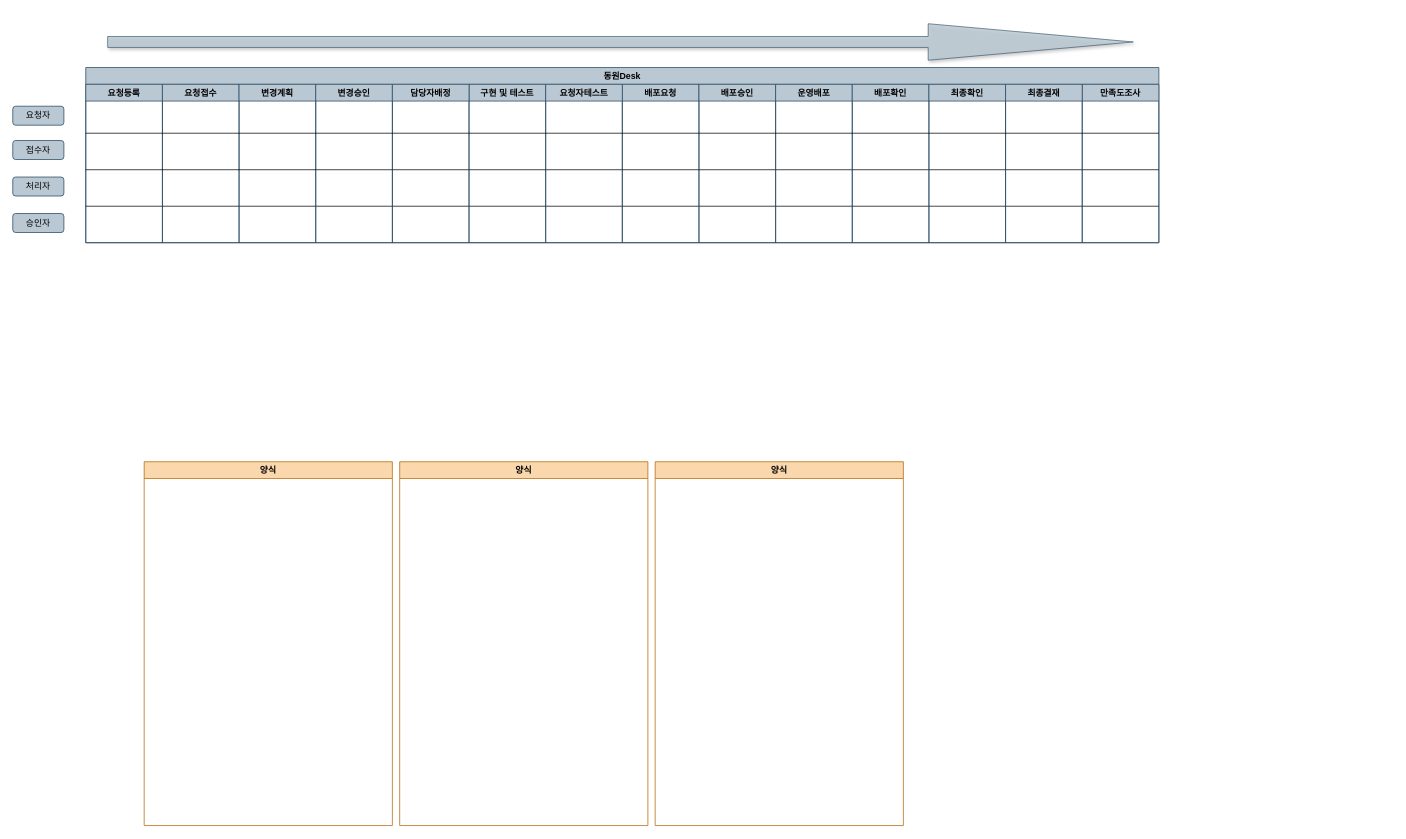
Earlier version of the draw.io diagram page "CR" (3 of 3) of 동원Desk알림프로세스.drawio (eoaud0012/Diagram). Source tidied: cells renumbered, new cells numbered last; positions are measured from the earlier drawing's top-left corner, leaving out a move shared by most shapes. Both pictures are drawn from the tidied source at 73%, with x=0, y=0 at pixel (12, 23).
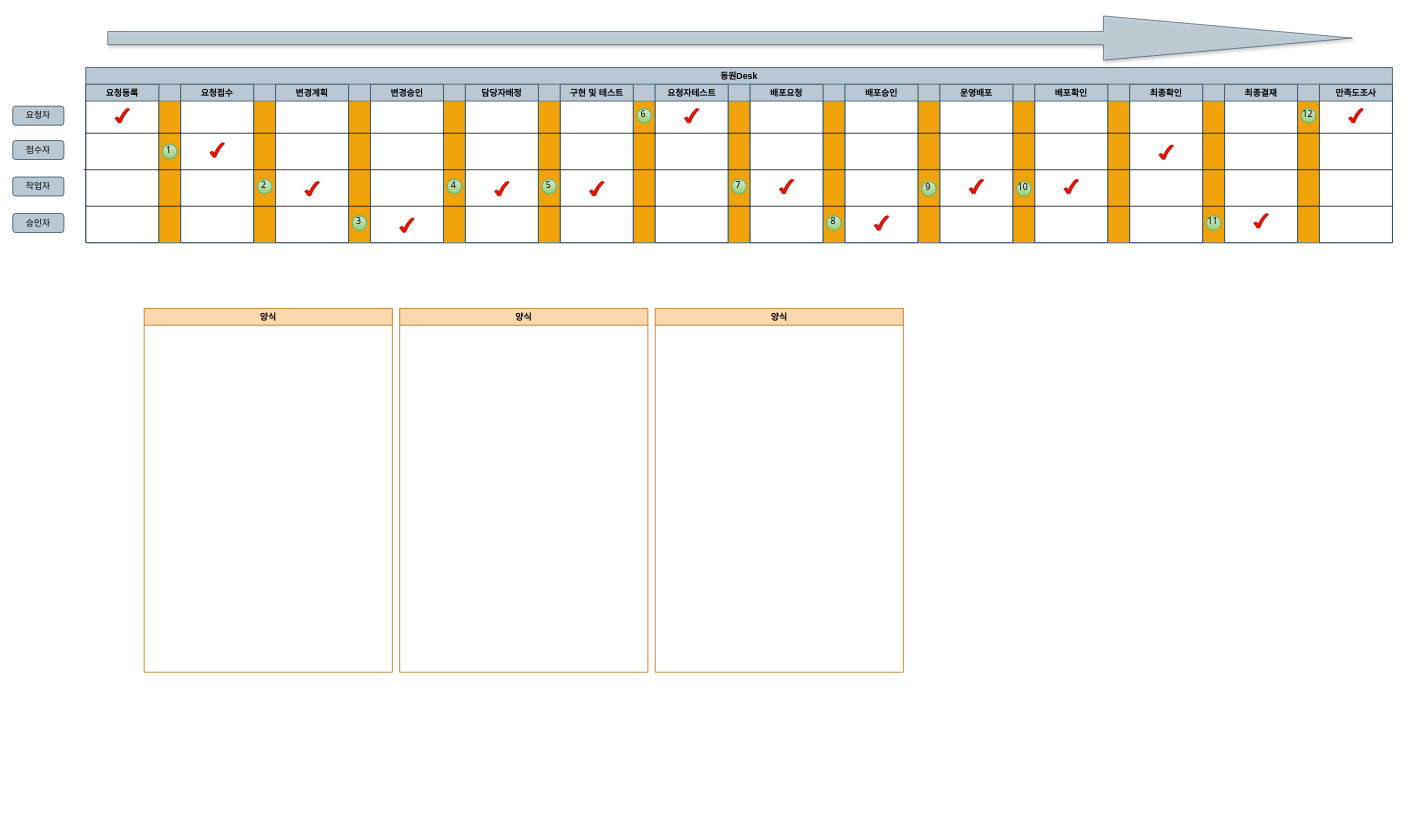
The same diagram, later.

What changed in the source:
```diff
@@
     <mxCell id="2" style="shape=singleArrow;direction=west;whiteSpace=wrap;html=1;rotation=-180;fillColor=#bac8d3;opacity=80;strokeWidth=1;shadow=1;fontFamily=나눔고딕;rounded=0;labelBackgroundColor=none;strokeColor=#23445d;" parent="1" vertex="1">
-      <mxGeometry x="130" width="1405" height="50" as="geometry" />
+      <mxGeometry x="130" y="-10.7" width="1705" height="60.7" as="geometry" />
     </mxCell>
     <mxCell id="3" value="동원Desk" style="swimlane;whiteSpace=wrap;html=1;strokeColor=#23445d;fillColor=#bac8d3;" parent="1" vertex="1">
-      <mxGeometry x="100" y="60" width="1470" height="240" as="geometry" />
+      <mxGeometry x="100" y="60" width="1790" height="240" as="geometry" />
     </mxCell>
+    <mxCell id="28" style="swimlane;strokeColor=#457B9D;fontColor=#1D3557;fillColor=#bac8d3;swimlaneFillColor=#f0a30a;" parent="3" vertex="1">
+      <mxGeometry x="1660" y="23" width="30" height="217" as="geometry" />
+    </mxCell>
+    <mxCell id="29" value="12" style="ellipse;whiteSpace=wrap;html=1;strokeWidth=2;fontFamily=Tahoma;spacingBottom=4;spacingRight=2;strokeColor=#82b366;fontColor=default;fillColor=#d5e8d4;gradientColor=#97d077;" parent="28" vertex="1">
+      <mxGeometry x="5" y="33" width="20" height="20" as="geometry" />
+    </mxCell>
+    <mxCell id="30" style="swimlane;strokeColor=#457B9D;fontColor=#1D3557;fillColor=#bac8d3;swimlaneFillColor=#f0a30a;" parent="3" vertex="1">
+      <mxGeometry x="1530" y="23" width="30" height="217" as="geometry" />
+    </mxCell>
+    <mxCell id="31" value="11" style="ellipse;whiteSpace=wrap;html=1;strokeWidth=2;fontFamily=Tahoma;spacingBottom=4;spacingRight=2;strokeColor=#82b366;fontColor=default;fillColor=#d5e8d4;gradientColor=#97d077;" parent="30" vertex="1">
+      <mxGeometry x="5" y="180" width="20" height="20" as="geometry" />
+    </mxCell>
+    <mxCell id="32" style="swimlane;strokeColor=#457B9D;fontColor=#1D3557;fillColor=#bac8d3;swimlaneFillColor=#f0a30a;" parent="3" vertex="1">
+      <mxGeometry x="1400" y="23" width="30" height="217" as="geometry" />
+    </mxCell>
+    <mxCell id="33" style="swimlane;strokeColor=#457B9D;fontColor=#1D3557;fillColor=#bac8d3;swimlaneFillColor=#f0a30a;" parent="3" vertex="1">
+      <mxGeometry x="1270" y="23" width="30" height="217" as="geometry" />
+    </mxCell>
+    <mxCell id="34" value="10" style="ellipse;whiteSpace=wrap;html=1;strokeWidth=2;fontFamily=Tahoma;spacingBottom=4;spacingRight=2;strokeColor=#82b366;fontColor=default;fillColor=#d5e8d4;gradientColor=#97d077;" parent="33" vertex="1">
+      <mxGeometry x="5" y="133" width="20" height="20" as="geometry" />
+    </mxCell>
+    <mxCell id="35" style="swimlane;strokeColor=#457B9D;fontColor=#1D3557;fillColor=#bac8d3;swimlaneFillColor=#f0a30a;" parent="3" vertex="1">
+      <mxGeometry x="1140" y="23" width="30" height="217" as="geometry" />
+    </mxCell>
+    <mxCell id="36" value="9" style="ellipse;whiteSpace=wrap;html=1;strokeWidth=2;fontFamily=Tahoma;spacingBottom=4;spacingRight=2;strokeColor=#82b366;fontColor=default;fillColor=#d5e8d4;gradientColor=#97d077;" parent="35" vertex="1">
+      <mxGeometry x="5" y="133" width="20" height="20" as="geometry" />
+    </mxCell>
+    <mxCell id="37" style="swimlane;strokeColor=#457B9D;fontColor=#1D3557;fillColor=#bac8d3;swimlaneFillColor=#f0a30a;" parent="3" vertex="1">
+      <mxGeometry x="1010" y="23" width="30" height="217" as="geometry" />
+    </mxCell>
+    <mxCell id="38" value="8" style="ellipse;whiteSpace=wrap;html=1;strokeWidth=2;fontFamily=Tahoma;spacingBottom=4;spacingRight=2;strokeColor=#82b366;fontColor=default;fillColor=#d5e8d4;gradientColor=#97d077;" parent="37" vertex="1">
+      <mxGeometry x="5" y="180" width="20" height="20" as="geometry" />
+    </mxCell>
+    <mxCell id="39" style="swimlane;strokeColor=#457B9D;fontColor=#1D3557;fillColor=#bac8d3;swimlaneFillColor=#f0a30a;" parent="3" vertex="1">
+      <mxGeometry x="880" y="23" width="30" height="217" as="geometry" />
+    </mxCell>
+    <mxCell id="40" value="7" style="ellipse;whiteSpace=wrap;html=1;strokeWidth=2;fontFamily=Tahoma;spacingBottom=4;spacingRight=2;strokeColor=#82b366;fontColor=default;fillColor=#d5e8d4;gradientColor=#97d077;" parent="39" vertex="1">
+      <mxGeometry x="5" y="130" width="20" height="20" as="geometry" />
+    </mxCell>
+    <mxCell id="41" style="swimlane;strokeColor=#457B9D;fontColor=#1D3557;fillColor=#bac8d3;swimlaneFillColor=#f0a30a;" parent="3" vertex="1">
+      <mxGeometry x="750" y="23" width="30" height="217" as="geometry" />
+    </mxCell>
+    <mxCell id="42" value="6" style="ellipse;whiteSpace=wrap;html=1;strokeWidth=2;fontFamily=Tahoma;spacingBottom=4;spacingRight=2;strokeColor=#82b366;fontColor=default;fillColor=#d5e8d4;gradientColor=#97d077;" parent="41" vertex="1">
+      <mxGeometry x="5" y="33" width="20" height="20" as="geometry" />
+    </mxCell>
+    <mxCell id="43" style="swimlane;strokeColor=#457B9D;fontColor=#1D3557;fillColor=#bac8d3;swimlaneFillColor=#f0a30a;" parent="3" vertex="1">
+      <mxGeometry x="620" y="23" width="30" height="217" as="geometry" />
+    </mxCell>
+    <mxCell id="44" value="5" style="ellipse;whiteSpace=wrap;html=1;strokeWidth=2;fontFamily=Tahoma;spacingBottom=4;spacingRight=2;strokeColor=#82b366;fontColor=default;fillColor=#d5e8d4;gradientColor=#97d077;" parent="43" vertex="1">
+      <mxGeometry x="5" y="130" width="20" height="20" as="geometry" />
+    </mxCell>
+    <mxCell id="45" style="swimlane;strokeColor=#457B9D;fontColor=#1D3557;fillColor=#bac8d3;swimlaneFillColor=#f0a30a;" parent="3" vertex="1">
+      <mxGeometry x="490" y="23" width="30" height="217" as="geometry" />
+    </mxCell>
+    <mxCell id="46" value="4" style="ellipse;whiteSpace=wrap;html=1;strokeWidth=2;fontFamily=Tahoma;spacingBottom=4;spacingRight=2;strokeColor=#82b366;fontColor=default;fillColor=#d5e8d4;gradientColor=#97d077;" parent="45" vertex="1">
+      <mxGeometry x="5" y="130" width="20" height="20" as="geometry" />
+    </mxCell>
+    <mxCell id="47" style="swimlane;strokeColor=#457B9D;fontColor=#1D3557;fillColor=#bac8d3;swimlaneFillColor=#f0a30a;" parent="3" vertex="1">
+      <mxGeometry x="360" y="23" width="30" height="217" as="geometry" />
+    </mxCell>
+    <mxCell id="48" value="3" style="ellipse;whiteSpace=wrap;html=1;strokeWidth=2;fontFamily=Tahoma;spacingBottom=4;spacingRight=2;strokeColor=#82b366;fillColor=#d5e8d4;gradientColor=#97d077;" parent="47" vertex="1">
+      <mxGeometry x="5" y="180" width="20" height="20" as="geometry" />
+    </mxCell>
+    <mxCell id="49" style="swimlane;strokeColor=#457B9D;fontColor=#1D3557;fillColor=#bac8d3;swimlaneFillColor=#f0a30a;" parent="3" vertex="1">
+      <mxGeometry x="230" y="23" width="30" height="217" as="geometry" />
+    </mxCell>
+    <mxCell id="50" value="2" style="ellipse;whiteSpace=wrap;html=1;strokeWidth=2;fontFamily=Tahoma;spacingBottom=4;spacingRight=2;strokeColor=#82b366;fillColor=#d5e8d4;gradientColor=#97d077;" parent="49" vertex="1">
+      <mxGeometry x="5" y="130" width="20" height="20" as="geometry" />
+    </mxCell>
+    <mxCell id="51" style="swimlane;strokeColor=#457B9D;fontColor=#1D3557;fillColor=#bac8d3;swimlaneFillColor=#f0a30a;" parent="3" vertex="1">
+      <mxGeometry x="100" y="23" width="30" height="217" as="geometry" />
+    </mxCell>
     <mxCell id="4" value="요청등록" style="swimlane;whiteSpace=wrap;html=1;strokeColor=#23445d;fillColor=#bac8d3;" parent="3" vertex="1">
-      <mxGeometry y="23" width="105" height="217" as="geometry" />
+      <mxGeometry y="23" width="100" height="217" as="geometry" />
     </mxCell>
     <mxCell id="5" style="endArrow=none;html=1;rounded=0;strokeColor=#000000;fontColor=#1D3557;fillColor=#A8DADC;" parent="4" edge="1">
       <mxGeometry relative="1" as="geometry">
         <mxPoint y="167" as="sourcePoint" />
-        <mxPoint x="1470" y="167" as="targetPoint" />
+        <mxPoint x="1790" y="167" as="targetPoint" />
       </mxGeometry>
     </mxCell>
+    <mxCell id="10" style="endArrow=none;html=1;rounded=0;strokeColor=#000000;fontColor=#1D3557;fillColor=#A8DADC;" parent="4" edge="1">
+      <mxGeometry relative="1" as="geometry">
+        <mxPoint x="-2.5" y="117" as="sourcePoint" />
+        <mxPoint x="1790" y="117" as="targetPoint" />
+      </mxGeometry>
+    </mxCell>
+    <mxCell id="52" style="verticalLabelPosition=bottom;verticalAlign=top;html=1;shape=mxgraph.basic.tick;strokeColor=#B20000;fontColor=#ffffff;fillColor=#e51400;" parent="4" vertex="1">
+      <mxGeometry x="40" y="33" width="20" height="20" as="geometry" />
+    </mxCell>
     <mxCell id="6" value="요청접수" style="swimlane;whiteSpace=wrap;html=1;strokeColor=#23445d;fillColor=#bac8d3;" parent="3" vertex="1">
-      <mxGeometry x="105" y="23" width="105" height="217" as="geometry" />
+      <mxGeometry x="130" y="23" width="100" height="217" as="geometry" />
     </mxCell>
+    <mxCell id="53" style="verticalLabelPosition=bottom;verticalAlign=top;html=1;shape=mxgraph.basic.tick;strokeColor=#B20000;fontColor=#ffffff;fillColor=#e51400;" parent="6" vertex="1">
+      <mxGeometry x="40" y="80" width="20" height="20" as="geometry" />
+    </mxCell>
     <mxCell id="7" value="변경계획" style="swimlane;whiteSpace=wrap;html=1;strokeColor=#23445d;fillColor=#bac8d3;" parent="3" vertex="1">
-      <mxGeometry x="210" y="23" width="105" height="217" as="geometry" />
+      <mxGeometry x="260" y="23" width="100" height="217" as="geometry" />
     </mxCell>
+    <mxCell id="54" style="verticalLabelPosition=bottom;verticalAlign=top;html=1;shape=mxgraph.basic.tick;strokeColor=#B20000;fontColor=#ffffff;fillColor=#e51400;" parent="7" vertex="1">
+      <mxGeometry x="40" y="133" width="20" height="20" as="geometry" />
+    </mxCell>
     <mxCell id="8" value="변경승인" style="swimlane;whiteSpace=wrap;html=1;strokeColor=#23445d;fillColor=#bac8d3;" parent="3" vertex="1">
-      <mxGeometry x="315" y="23" width="105" height="217" as="geometry" />
+      <mxGeometry x="390" y="23" width="100" height="217" as="geometry" />
     </mxCell>
+    <mxCell id="55" style="verticalLabelPosition=bottom;verticalAlign=top;html=1;shape=mxgraph.basic.tick;strokeColor=#B20000;fontColor=#ffffff;fillColor=#e51400;" parent="8" vertex="1">
+      <mxGeometry x="40" y="183" width="20" height="20" as="geometry" />
+    </mxCell>
     <mxCell id="9" value="배포요청" style="swimlane;whiteSpace=wrap;html=1;strokeColor=#23445d;fillColor=#bac8d3;" parent="3" vertex="1">
-      <mxGeometry x="735" y="23" width="105" height="217" as="geometry" />
+      <mxGeometry x="910" y="23" width="100" height="217" as="geometry" />
     </mxCell>
-    <mxCell id="10" style="endArrow=none;html=1;rounded=0;strokeColor=#000000;fontColor=#1D3557;fillColor=#A8DADC;" parent="9" edge="1">
-      <mxGeometry relative="1" as="geometry">
-        <mxPoint x="-735" y="117" as="sourcePoint" />
-        <mxPoint x="735" y="117" as="targetPoint" />
-      </mxGeometry>
-    </mxCell>
+    <mxCell id="56" style="verticalLabelPosition=bottom;verticalAlign=top;html=1;shape=mxgraph.basic.tick;strokeColor=#B20000;fontColor=#ffffff;fillColor=#e51400;" parent="9" vertex="1">
+      <mxGeometry x="40" y="130" width="20" height="20" as="geometry" />
+    </mxCell>
     <mxCell id="11" value="배포승인" style="swimlane;whiteSpace=wrap;html=1;strokeColor=#23445d;fillColor=#bac8d3;" parent="3" vertex="1">
-      <mxGeometry x="840" y="23" width="105" height="217" as="geometry" />
+      <mxGeometry x="1040" y="23" width="100" height="217" as="geometry" />
     </mxCell>
+    <mxCell id="57" style="verticalLabelPosition=bottom;verticalAlign=top;html=1;shape=mxgraph.basic.tick;strokeColor=#B20000;fontColor=#ffffff;fillColor=#e51400;" parent="11" vertex="1">
+      <mxGeometry x="40" y="180" width="20" height="20" as="geometry" />
+    </mxCell>
     <mxCell id="12" value="운영배포" style="swimlane;whiteSpace=wrap;html=1;strokeColor=#23445d;fillColor=#bac8d3;" parent="3" vertex="1">
-      <mxGeometry x="945" y="23" width="105" height="217" as="geometry" />
+      <mxGeometry x="1170" y="23" width="100" height="217" as="geometry" />
     </mxCell>
+    <mxCell id="58" style="verticalLabelPosition=bottom;verticalAlign=top;html=1;shape=mxgraph.basic.tick;strokeColor=#B20000;fontColor=#ffffff;fillColor=#e51400;" parent="12" vertex="1">
+      <mxGeometry x="40" y="130" width="20" height="20" as="geometry" />
+    </mxCell>
     <mxCell id="13" value="구현 및 테스트" style="swimlane;whiteSpace=wrap;html=1;strokeColor=#23445d;fillColor=#bac8d3;" parent="3" vertex="1">
-      <mxGeometry x="525" y="23" width="105" height="217" as="geometry" />
+      <mxGeometry x="650" y="23" width="100" height="217" as="geometry" />
     </mxCell>
+    <mxCell id="59" style="verticalLabelPosition=bottom;verticalAlign=top;html=1;shape=mxgraph.basic.tick;strokeColor=#B20000;fontColor=#ffffff;fillColor=#e51400;" parent="13" vertex="1">
+      <mxGeometry x="40" y="133" width="20" height="20" as="geometry" />
+    </mxCell>
     <mxCell id="14" value="요청자테스트" style="swimlane;whiteSpace=wrap;html=1;strokeColor=#23445d;fillColor=#bac8d3;" parent="3" vertex="1">
-      <mxGeometry x="630" y="23" width="105" height="217" as="geometry" />
+      <mxGeometry x="780" y="23" width="100" height="217" as="geometry" />
     </mxCell>
+    <mxCell id="60" style="verticalLabelPosition=bottom;verticalAlign=top;html=1;shape=mxgraph.basic.tick;strokeColor=#B20000;fontColor=#ffffff;fillColor=#e51400;" parent="14" vertex="1">
+      <mxGeometry x="40" y="33" width="20" height="20" as="geometry" />
+    </mxCell>
     <mxCell id="15" value="배포확인" style="swimlane;whiteSpace=wrap;html=1;strokeColor=#23445d;fillColor=#bac8d3;" parent="3" vertex="1">
-      <mxGeometry x="1050" y="23" width="105" height="217" as="geometry" />
+      <mxGeometry x="1300" y="23" width="100" height="217" as="geometry" />
     </mxCell>
+    <mxCell id="61" style="verticalLabelPosition=bottom;verticalAlign=top;html=1;shape=mxgraph.basic.tick;strokeColor=#B20000;fontColor=#ffffff;fillColor=#e51400;" parent="15" vertex="1">
+      <mxGeometry x="40" y="130" width="20" height="20" as="geometry" />
+    </mxCell>
     <mxCell id="16" value="만족도조사" style="swimlane;whiteSpace=wrap;html=1;strokeColor=#23445d;fillColor=#bac8d3;startSize=23;" parent="3" vertex="1">
-      <mxGeometry x="1365" y="23" width="105" height="217" as="geometry" />
+      <mxGeometry x="1690" y="23" width="100" height="217" as="geometry" />
     </mxCell>
+    <mxCell id="62" style="verticalLabelPosition=bottom;verticalAlign=top;html=1;shape=mxgraph.basic.tick;strokeColor=#B20000;fontColor=#ffffff;fillColor=#e51400;" parent="16" vertex="1">
+      <mxGeometry x="40" y="33" width="20" height="20" as="geometry" />
+    </mxCell>
     <mxCell id="17" value="최종확인" style="swimlane;whiteSpace=wrap;html=1;strokeColor=#23445d;fillColor=#bac8d3;" parent="3" vertex="1">
-      <mxGeometry x="1155" y="23" width="105" height="217" as="geometry" />
+      <mxGeometry x="1430" y="23" width="100" height="217" as="geometry" />
     </mxCell>
+    <mxCell id="63" style="verticalLabelPosition=bottom;verticalAlign=top;html=1;shape=mxgraph.basic.tick;strokeColor=#B20000;fontColor=#ffffff;fillColor=#e51400;" parent="17" vertex="1">
+      <mxGeometry x="40" y="83" width="20" height="20" as="geometry" />
+    </mxCell>
     <mxCell id="18" value="최종결재" style="swimlane;whiteSpace=wrap;html=1;strokeColor=#23445d;fillColor=#bac8d3;startSize=23;" parent="3" vertex="1">
-      <mxGeometry x="1260" y="23" width="105" height="217" as="geometry" />
+      <mxGeometry x="1560" y="23" width="100" height="217" as="geometry" />
     </mxCell>
+    <mxCell id="64" style="verticalLabelPosition=bottom;verticalAlign=top;html=1;shape=mxgraph.basic.tick;strokeColor=#B20000;fontColor=#ffffff;fillColor=#e51400;" parent="18" vertex="1">
+      <mxGeometry x="40" y="177" width="20" height="20" as="geometry" />
+    </mxCell>
     <mxCell id="19" value="담당자배정" style="swimlane;whiteSpace=wrap;html=1;strokeColor=#23445d;fillColor=#bac8d3;" parent="3" vertex="1">
-      <mxGeometry x="420" y="23" width="105" height="217" as="geometry" />
+      <mxGeometry x="520" y="23" width="100" height="217" as="geometry" />
     </mxCell>
+    <mxCell id="65" style="verticalLabelPosition=bottom;verticalAlign=top;html=1;shape=mxgraph.basic.tick;strokeColor=#B20000;fontColor=#ffffff;fillColor=#e51400;" parent="19" vertex="1">
+      <mxGeometry x="40" y="133" width="20" height="20" as="geometry" />
+    </mxCell>
@@
-    <mxCell id="21" value="처리자" style="rounded=1;whiteSpace=wrap;html=1;strokeColor=#23445d;fillColor=#bac8d3;" parent="1" vertex="1">
+    <mxCell id="21" value="작업자" style="rounded=1;whiteSpace=wrap;html=1;strokeColor=#23445d;fillColor=#bac8d3;" parent="1" vertex="1">
       <mxGeometry y="210" width="70" height="26" as="geometry" />
     </mxCell>
@@
     <mxCell id="23" value="양식" style="swimlane;whiteSpace=wrap;html=1;strokeColor=#b46504;fillColor=#fad7ac;" parent="1" vertex="1">
-      <mxGeometry x="530" y="600" width="340" height="498.4" as="geometry" />
+      <mxGeometry x="530" y="390" width="340" height="498.4" as="geometry" />
     </mxCell>
     <mxCell id="24" value="양식" style="swimlane;whiteSpace=wrap;html=1;strokeColor=#b46504;fillColor=#fad7ac;" parent="1" vertex="1">
-      <mxGeometry x="180" y="600" width="340" height="498.4" as="geometry" />
+      <mxGeometry x="180" y="390" width="340" height="498.4" as="geometry" />
     </mxCell>
     <mxCell id="25" value="양식" style="swimlane;whiteSpace=wrap;html=1;strokeColor=#b46504;fillColor=#fad7ac;" parent="1" vertex="1">
-      <mxGeometry x="880" y="600" width="340" height="498.4" as="geometry" />
+      <mxGeometry x="880" y="390" width="340" height="498.4" as="geometry" />
     </mxCell>
     <mxCell id="26" style="endArrow=none;html=1;rounded=0;strokeColor=#000000;fontColor=#1D3557;fillColor=#A8DADC;" parent="1" edge="1">
       <mxGeometry relative="1" as="geometry">
         <mxPoint x="100" y="150" as="sourcePoint" />
-        <mxPoint x="1570" y="150" as="targetPoint" />
+        <mxPoint x="1890" y="150" as="targetPoint" />
       </mxGeometry>
     </mxCell>
@@
+    <mxCell id="66" value="1" style="ellipse;whiteSpace=wrap;html=1;strokeWidth=2;fontFamily=Tahoma;spacingBottom=4;spacingRight=2;strokeColor=#82b366;fillColor=#d5e8d4;gradientColor=#97d077;" parent="1" vertex="1">
+      <mxGeometry x="205" y="165" width="20" height="20" as="geometry" />
+    </mxCell>
```
